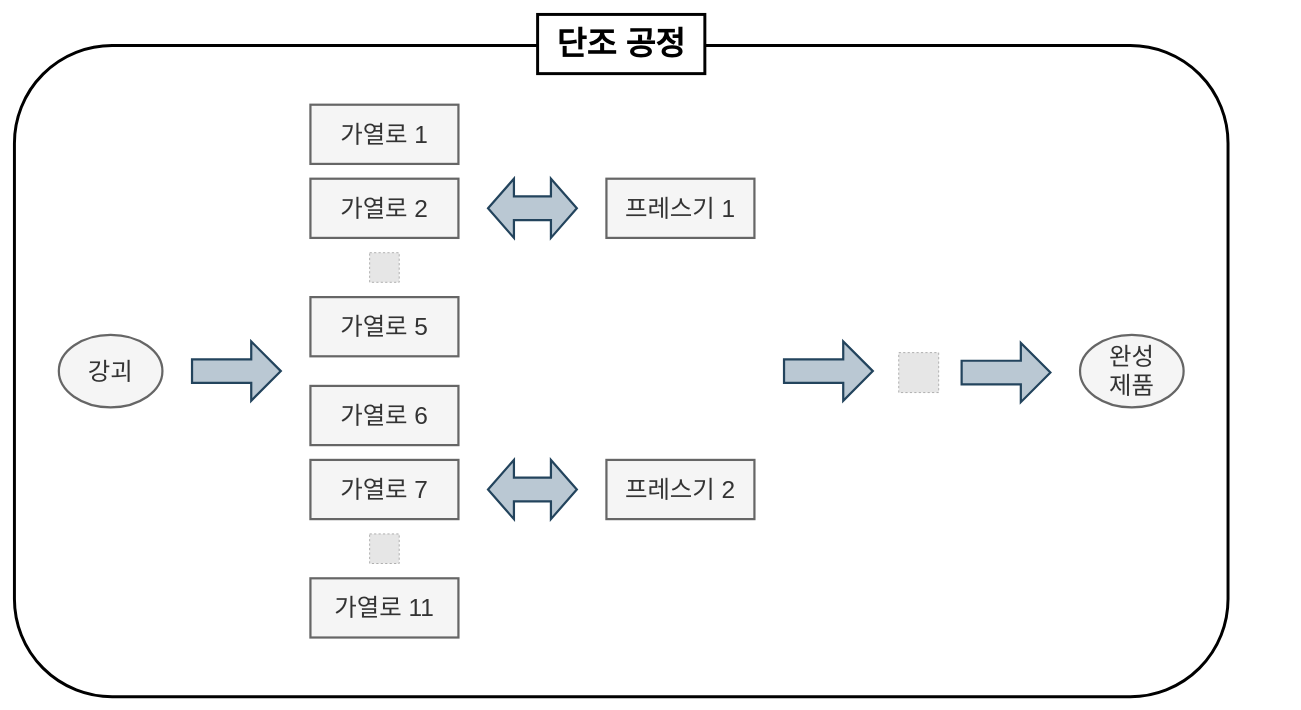
Earlier version of the draw.io diagram 공정개요.drawio (seheeP/statistic). Source tidied: cells renumbered, new cells numbered last; positions are measured from the earlier drawing's top-left corner, leaving out a move shared by most shapes. Both pictures are drawn from the tidied source at 74%, with x=0, y=0 at pixel (14, 14). Pictures stored in the file or linked from it are replaced by grey dashed boxes.
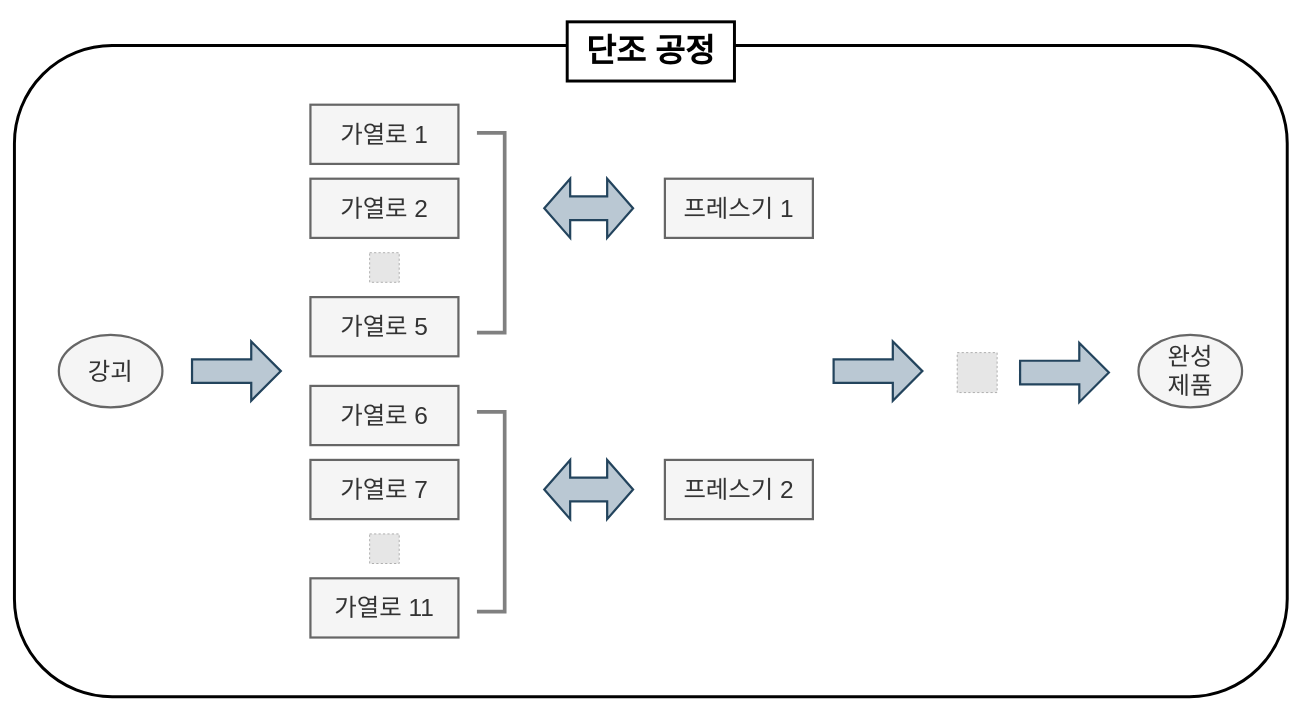
After the change.

The change refers to these unchanged cells:
```xml
<mxCell id="3" style="group;" parent="1" vertex="1">
  <mxGeometry x="400" y="502" width="600" height="340" as="geometry" />
</mxCell>
```

Diff of the diagram source:
```diff
@@
     <mxCell id="2" style="rounded=1;whiteSpace=wrap;html=1;fontSize=44;strokeWidth=4;fillColor=none;" parent="1" vertex="1">
-      <mxGeometry y="42" width="1640" height="880" as="geometry" />
+      <mxGeometry y="42" width="1720" height="880" as="geometry" />
     </mxCell>
@@
-    <mxCell id="7" value="프레스기 2" style="rounded=0;whiteSpace=wrap;html=1;fontSize=33;fillColor=#f5f5f5;strokeColor=#666666;fontColor=#333333;strokeWidth=3;" parent="3" vertex="1">
-      <mxGeometry x="400" y="100" width="200" height="80" as="geometry" />
-    </mxCell>
@@
     <mxCell id="9" style="html=1;shadow=0;dashed=0;align=center;verticalAlign=middle;shape=mxgraph.arrows2.twoWayArrow;dy=0.6;dx=35;fontSize=22;fillColor=#bac8d3;strokeColor=#23445d;strokeWidth=3;" parent="3" vertex="1">
-      <mxGeometry x="240" y="100" width="120" height="80" as="geometry" />
+      <mxGeometry x="316" y="100" width="120" height="80" as="geometry" />
     </mxCell>
+    <mxCell id="23" style="shape=partialRectangle;whiteSpace=wrap;html=1;bottom=1;right=1;left=1;top=0;fillColor=none;routingCenterX=-0.5;rotation=-90;strokeWidth=5;strokeColor=#808080;" parent="3" vertex="1">
+      <mxGeometry x="110" y="152.5" width="270" height="35" as="geometry" />
+    </mxCell>
     <mxCell id="10" style="html=1;shadow=0;dashed=0;align=center;verticalAlign=middle;shape=mxgraph.arrows2.arrow;dy=0.6;dx=40;notch=0;rounded=0;fontSize=22;strokeWidth=3;fillColor=#bac8d3;strokeColor=#23445d;" parent="1" vertex="1">
-      <mxGeometry x="1040" y="442" width="120" height="80" as="geometry" />
+      <mxGeometry x="1107" y="442" width="120" height="80" as="geometry" />
     </mxCell>
     <mxCell id="11" value="완성&lt;br style=&quot;font-size: 33px;&quot;&gt;제품" style="ellipse;whiteSpace=wrap;html=1;rounded=0;fontSize=33;strokeWidth=3;fillColor=#f5f5f5;strokeColor=#666666;fontColor=#333333;" parent="1" vertex="1">
-      <mxGeometry x="1440" y="433" width="140" height="98" as="geometry" />
+      <mxGeometry x="1519" y="433" width="140" height="98" as="geometry" />
     </mxCell>
     <mxCell id="12" style="html=1;shadow=0;dashed=0;align=center;verticalAlign=middle;shape=mxgraph.arrows2.arrow;dy=0.6;dx=40;notch=0;rounded=0;fontSize=22;strokeWidth=3;fillColor=#bac8d3;strokeColor=#23445d;" parent="1" vertex="1">
-      <mxGeometry x="1280" y="444" width="120" height="80" as="geometry" />
+      <mxGeometry x="1359" y="444" width="120" height="80" as="geometry" />
     </mxCell>
     <mxCell id="13" style="fillColor=#E6E6E6;strokeColor=#999999;dashed=1;html=1;verticalAlign=top;verticalLabelPosition=bottom;labelBackgroundColor=#ffffff;fontSize=22;" parent="1" vertex="1">
-      <mxGeometry x="1195" y="457" width="54" height="54" as="geometry" />
+      <mxGeometry x="1274" y="457" width="54" height="54" as="geometry" />
     </mxCell>
@@
     <mxCell id="15" value="&lt;b&gt;&lt;font style=&quot;font-size: 44px&quot;&gt;단조 공정&lt;/font&gt;&lt;/b&gt;" style="rounded=0;whiteSpace=wrap;html=1;fontSize=22;strokeWidth=4;fillColor=#FFFFFF;" parent="1" vertex="1">
-      <mxGeometry x="707" width="226" height="80" as="geometry" />
+      <mxGeometry x="747" y="10" width="226" height="80" as="geometry" />
     </mxCell>
@@
-    <mxCell id="19" value="프레스기 1" style="rounded=0;whiteSpace=wrap;html=1;fontSize=33;fillColor=#f5f5f5;strokeColor=#666666;fontColor=#333333;strokeWidth=3;" parent="1" vertex="1">
-      <mxGeometry x="800" y="222" width="200" height="80" as="geometry" />
-    </mxCell>
@@
     <mxCell id="21" style="html=1;shadow=0;dashed=0;align=center;verticalAlign=middle;shape=mxgraph.arrows2.twoWayArrow;dy=0.6;dx=35;fontSize=22;fillColor=#bac8d3;strokeColor=#23445d;strokeWidth=3;" parent="1" vertex="1">
-      <mxGeometry x="640" y="222" width="120" height="80" as="geometry" />
+      <mxGeometry x="716" y="222" width="120" height="80" as="geometry" />
     </mxCell>
@@
+    <mxCell id="24" style="shape=partialRectangle;whiteSpace=wrap;html=1;bottom=1;right=1;left=1;top=0;fillColor=none;routingCenterX=-0.5;rotation=-90;strokeWidth=5;strokeColor=#808080;" parent="1" vertex="1">
+      <mxGeometry x="510" y="277.5" width="270" height="35" as="geometry" />
+    </mxCell>
+    <mxCell id="7" value="프레스기 2" style="rounded=0;whiteSpace=wrap;html=1;fontSize=33;fillColor=#f5f5f5;strokeColor=#666666;fontColor=#333333;strokeWidth=3;" parent="1" vertex="1">
+      <mxGeometry x="879" y="602" width="200" height="80" as="geometry" />
+    </mxCell>
+    <mxCell id="19" value="프레스기 1" style="rounded=0;whiteSpace=wrap;html=1;fontSize=33;fillColor=#f5f5f5;strokeColor=#666666;fontColor=#333333;strokeWidth=3;" parent="1" vertex="1">
+      <mxGeometry x="879" y="222" width="200" height="80" as="geometry" />
+    </mxCell>
```
